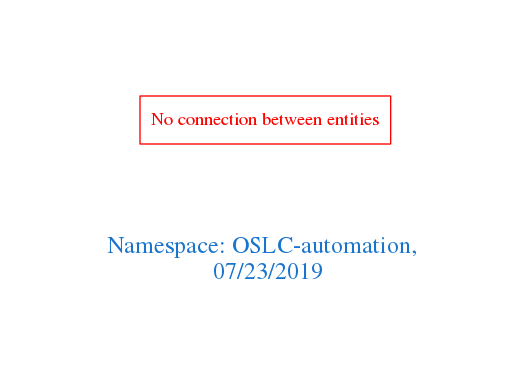
Above: downloads/OSLC-automation.png in arago/OGIT (Graphviz), before the change. Its source is kept beside it as downloads/OSLC-automation.dot.
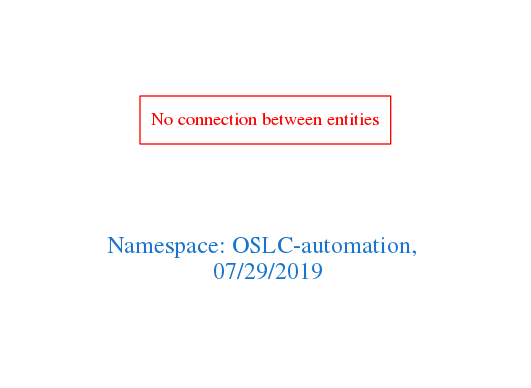
The same diagram one commit later.

Change to the diagram source:
```diff
@@ -1,7 +1,7 @@
 digraph OGIT_ontology {
  graph [ rankdir= LR,pad=1
 fontsize = 18,
-fontcolor= dodgerblue3,label = "\n\n\nNamespace: OSLC-automation, \n 07/23/2019"];
+fontcolor= dodgerblue3,label = "\n\n\nNamespace: OSLC-automation, \n 07/29/2019"];
 node[shape=polygon];
 edge [  color="gray81"];
 
```
